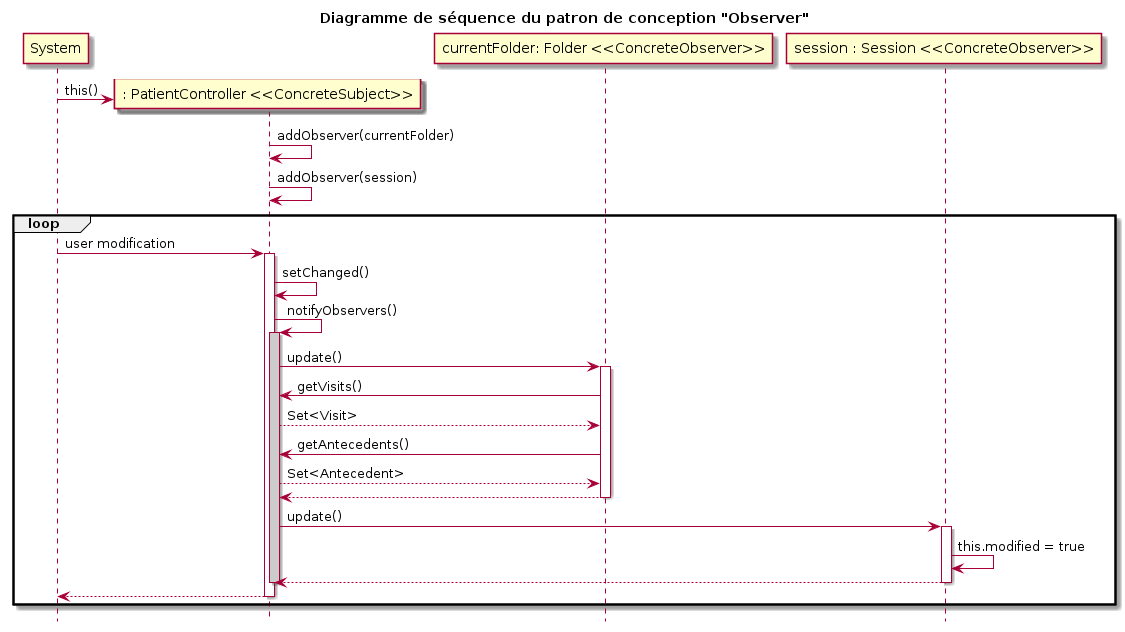
This is models/Diagramme_Pattern/Pattern_observer/sequence_diagram.png from fethiuqam/INF5153-Projet-Session, a PlantUML export, as it was before one commit.
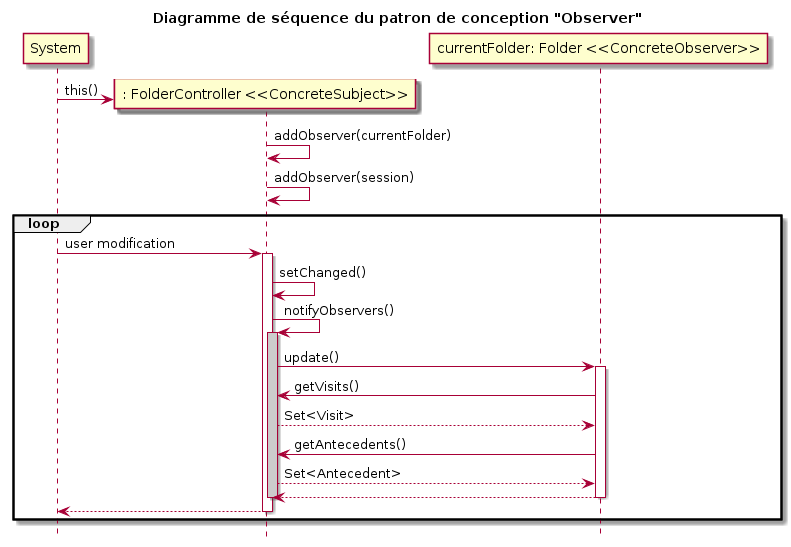
The same file after the commit.

The edit, as a diff of the source:
```diff
@@ -4,13 +4,11 @@
 title Diagramme de séquence du patron de conception "Observer"
 
 participant System
-create participant ": PatientController <<ConcreteSubject>>" as CS
+create participant ": FolderController <<ConcreteSubject>>" as CS
 System -> CS : this()
 
 
 participant "currentFolder: Folder <<ConcreteObserver>>" as O1
-participant "session : Session <<ConcreteObserver>>" as O2
-
 
 CS -> CS: addObserver(currentFolder)
 CS -> CS: addObserver(session)
@@ -33,14 +31,6 @@
 O1 --> CS
 deactivate O1
 
-CS -> O2: update()
-
-activate O2
-O2 -> O2: this.modified = true
-O2 --> CS
-deactivate O2
-
-
 deactivate CS
 CS --> System
 deactivate CS
```
